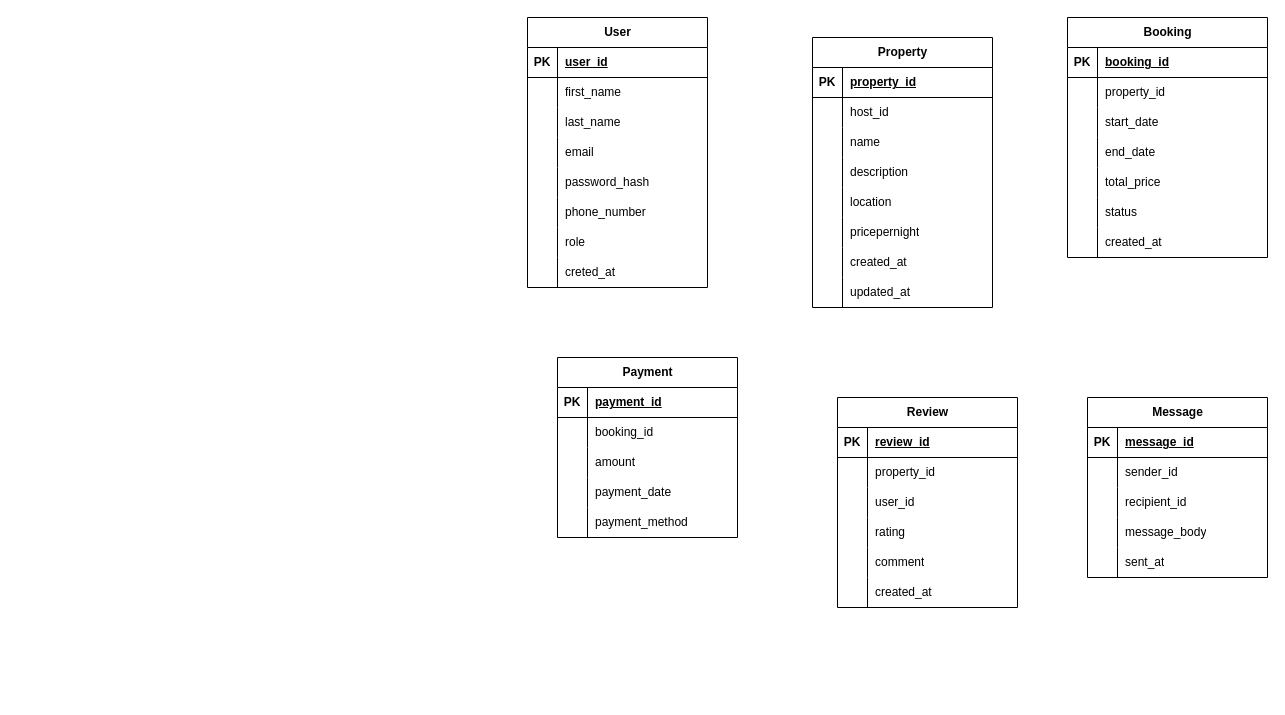
snipher-marube/airbnb-clone-project keeps this draw.io diagram as ERDALX.drawio. Above is the earlier version. Source tidied: cells renumbered, new cells numbered last; positions are measured from the earlier drawing's top-left corner, leaving out a move shared by most shapes. Both pictures are drawn from the tidied source at 100%, with x=0, y=0 at pixel (527, 17).
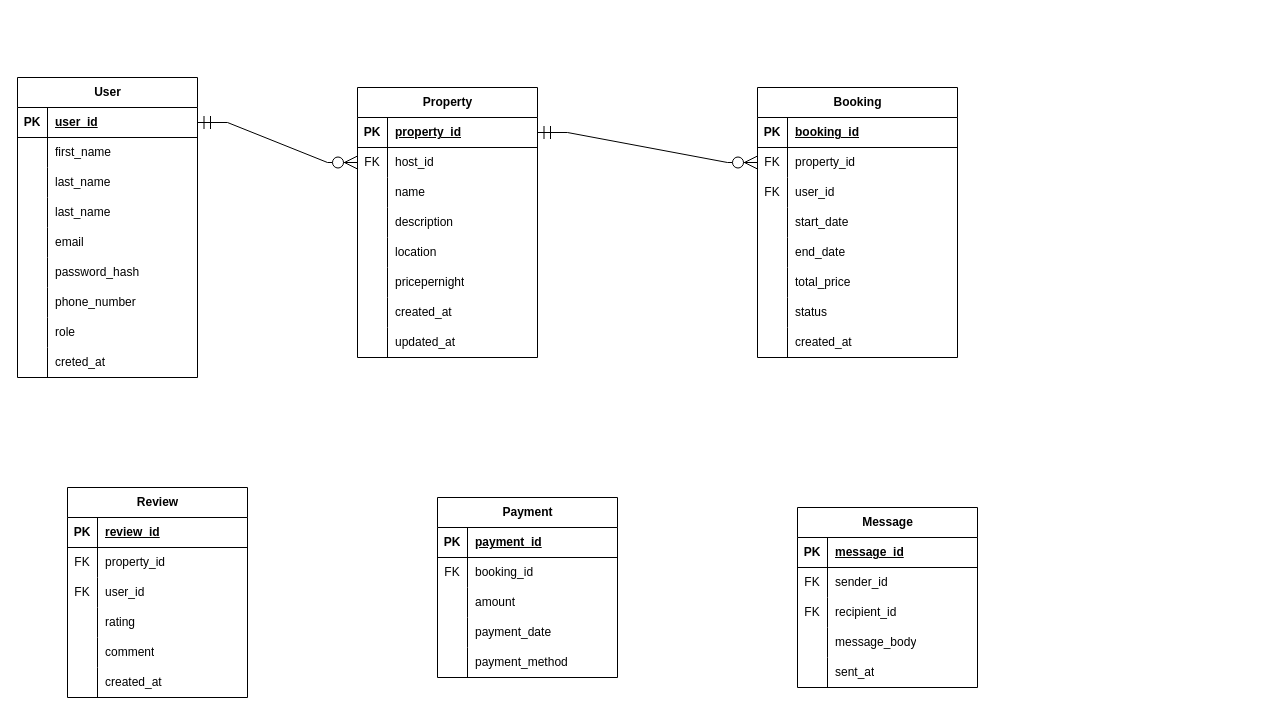
The same page after the edit.

The change refers to these unchanged cells:
```xml
<mxCell id="3" style="shape=tableRow;horizontal=0;startSize=0;swimlaneHead=0;swimlaneBody=0;fillColor=none;points=[[0,0.5],[1,0.5]];portConstraint=eastwest;top=0;left=0;right=0;bottom=1;" parent="2" vertex="1">
  <mxGeometry y="30" width="180" height="30" as="geometry" />
</mxCell>
<mxCell id="28" style="shape=tableRow;horizontal=0;startSize=0;swimlaneHead=0;swimlaneBody=0;fillColor=none;points=[[0,0.5],[1,0.5]];portConstraint=eastwest;top=0;left=0;right=0;bottom=1;" parent="27" vertex="1">
  <mxGeometry y="30" width="180" height="30" as="geometry" />
</mxCell>
<mxCell id="31" style="shape=tableRow;horizontal=0;startSize=0;swimlaneHead=0;swimlaneBody=0;fillColor=none;points=[[0,0.5],[1,0.5]];portConstraint=eastwest;top=0;left=0;right=0;bottom=0;" parent="27" vertex="1">
  <mxGeometry y="60" width="180" height="30" as="geometry" />
</mxCell>
<mxCell id="56" style="shape=tableRow;horizontal=0;startSize=0;swimlaneHead=0;swimlaneBody=0;fillColor=none;points=[[0,0.5],[1,0.5]];portConstraint=eastwest;top=0;left=0;right=0;bottom=0;" parent="52" vertex="1">
  <mxGeometry y="60" width="200" height="30" as="geometry" />
</mxCell>
<mxCell id="59" style="shape=tableRow;horizontal=0;startSize=0;swimlaneHead=0;swimlaneBody=0;fillColor=none;top=0;left=0;right=0;bottom=0;" parent="52" vertex="1">
  <mxGeometry y="90" width="200" height="30" as="geometry" />
</mxCell>
<mxCell id="62" style="shape=tableRow;horizontal=0;startSize=0;swimlaneHead=0;swimlaneBody=0;fillColor=none;top=0;left=0;right=0;bottom=0;" parent="52" vertex="1">
  <mxGeometry y="120" width="200" height="30" as="geometry" />
</mxCell>
<mxCell id="65" style="shape=tableRow;horizontal=0;startSize=0;swimlaneHead=0;swimlaneBody=0;fillColor=none;top=0;left=0;right=0;bottom=0;" parent="52" vertex="1">
  <mxGeometry y="150" width="200" height="30" as="geometry" />
</mxCell>
<mxCell id="68" style="shape=tableRow;horizontal=0;startSize=0;swimlaneHead=0;swimlaneBody=0;fillColor=none;top=0;left=0;right=0;bottom=0;" parent="52" vertex="1">
  <mxGeometry y="180" width="200" height="30" as="geometry" />
</mxCell>
<mxCell id="71" style="shape=tableRow;horizontal=0;startSize=0;swimlaneHead=0;swimlaneBody=0;fillColor=none;top=0;left=0;right=0;bottom=0;" parent="52" vertex="1">
  <mxGeometry y="210" width="200" height="30" as="geometry" />
</mxCell>
<mxCell id="78" style="shape=tableRow;horizontal=0;startSize=0;swimlaneHead=0;swimlaneBody=0;fillColor=none;top=0;left=0;right=0;bottom=0;" parent="74" vertex="1">
  <mxGeometry y="60" width="180" height="30" as="geometry" />
</mxCell>
<mxCell id="94" style="shape=tableRow;horizontal=0;startSize=0;swimlaneHead=0;swimlaneBody=0;fillColor=none;top=0;left=0;right=0;bottom=0;" parent="90" vertex="1">
  <mxGeometry y="60" width="180" height="30" as="geometry" />
</mxCell>
<mxCell id="97" style="shape=tableRow;horizontal=0;startSize=0;swimlaneHead=0;swimlaneBody=0;fillColor=none;top=0;left=0;right=0;bottom=0;" parent="90" vertex="1">
  <mxGeometry y="90" width="180" height="30" as="geometry" />
</mxCell>
<mxCell id="113" style="shape=tableRow;horizontal=0;startSize=0;swimlaneHead=0;swimlaneBody=0;fillColor=none;top=0;left=0;right=0;bottom=0;" parent="109" vertex="1">
  <mxGeometry y="60" width="180" height="30" as="geometry" />
</mxCell>
<mxCell id="116" style="shape=tableRow;horizontal=0;startSize=0;swimlaneHead=0;swimlaneBody=0;fillColor=none;top=0;left=0;right=0;bottom=0;" parent="109" vertex="1">
  <mxGeometry y="90" width="180" height="30" as="geometry" />
</mxCell>
```

The edit, as a diff of the source:
```diff
@@
     <mxCell id="2" value="User" style="shape=table;startSize=30;childLayout=tableLayout;rowLines=0;fontStyle=1;align=center;html=1;" parent="1" vertex="1">
-      <mxGeometry width="180" height="270" as="geometry" />
+      <mxGeometry x="-510" y="60" width="180" height="300" as="geometry" />
     </mxCell>
@@
+    <mxCell id="125" style="shape=tableRow;horizontal=0;startSize=0;swimlaneHead=0;swimlaneBody=0;fillColor=none;top=0;left=0;right=0;bottom=0;" parent="2" vertex="1">
+      <mxGeometry y="120" width="180" height="30" as="geometry" />
+    </mxCell>
+    <mxCell id="126" style="shape=partialRectangle;fillColor=none;top=0;left=0;bottom=0;right=0;overflow=hidden;whiteSpace=wrap;html=1;" parent="125" vertex="1">
+      <mxGeometry width="30" height="30" as="geometry" />
+    </mxCell>
+    <mxCell id="127" value="last_name" style="shape=partialRectangle;fillColor=none;top=0;left=0;bottom=0;right=0;align=left;spacingLeft=6;overflow=hidden;whiteSpace=wrap;html=1;" parent="125" vertex="1">
+      <mxGeometry x="30" width="150" height="30" as="geometry" />
+    </mxCell>
     <mxCell id="12" style="shape=tableRow;horizontal=0;startSize=0;swimlaneHead=0;swimlaneBody=0;fillColor=none;top=0;left=0;right=0;bottom=0;" parent="2" vertex="1">
-      <mxGeometry y="120" width="180" height="30" as="geometry" />
+      <mxGeometry y="150" width="180" height="30" as="geometry" />
     </mxCell>
@@
     <mxCell id="15" style="shape=tableRow;horizontal=0;startSize=0;swimlaneHead=0;swimlaneBody=0;fillColor=none;top=0;left=0;right=0;bottom=0;" parent="2" vertex="1">
-      <mxGeometry y="150" width="180" height="30" as="geometry" />
+      <mxGeometry y="180" width="180" height="30" as="geometry" />
     </mxCell>
@@
     <mxCell id="18" style="shape=tableRow;horizontal=0;startSize=0;swimlaneHead=0;swimlaneBody=0;fillColor=none;top=0;left=0;right=0;bottom=0;" parent="2" vertex="1">
-      <mxGeometry y="180" width="180" height="30" as="geometry" />
+      <mxGeometry y="210" width="180" height="30" as="geometry" />
     </mxCell>
@@
     <mxCell id="21" style="shape=tableRow;horizontal=0;startSize=0;swimlaneHead=0;swimlaneBody=0;fillColor=none;top=0;left=0;right=0;bottom=0;" parent="2" vertex="1">
-      <mxGeometry y="210" width="180" height="30" as="geometry" />
+      <mxGeometry y="240" width="180" height="30" as="geometry" />
     </mxCell>
@@
     <mxCell id="24" style="shape=tableRow;horizontal=0;startSize=0;swimlaneHead=0;swimlaneBody=0;fillColor=none;top=0;left=0;right=0;bottom=0;" parent="2" vertex="1">
-      <mxGeometry y="240" width="180" height="30" as="geometry" />
+      <mxGeometry y="270" width="180" height="30" as="geometry" />
     </mxCell>
@@
     <mxCell id="27" value="Property" style="shape=table;startSize=30;childLayout=tableLayout;rowLines=0;fontStyle=1;align=center;html=1;" parent="1" vertex="1">
-      <mxGeometry x="285" y="20" width="180" height="270" as="geometry" />
+      <mxGeometry x="-170" y="70" width="180" height="270" as="geometry" />
     </mxCell>
@@
-    <mxCell id="32" style="shape=partialRectangle;fillColor=none;top=0;left=0;bottom=0;right=0;overflow=hidden;whiteSpace=wrap;html=1;" parent="31" vertex="1">
+    <mxCell id="32" value="FK" style="shape=partialRectangle;fillColor=none;top=0;left=0;bottom=0;right=0;overflow=hidden;whiteSpace=wrap;html=1;" parent="31" vertex="1">
       <mxGeometry width="30" height="30" as="geometry" />
     </mxCell>
@@
     <mxCell id="52" value="Booking" style="shape=table;startSize=30;childLayout=tableLayout;rowLines=0;fontStyle=1;align=center;html=1;" parent="1" vertex="1">
-      <mxGeometry x="540" width="200" height="240" as="geometry" />
+      <mxGeometry x="230" y="70" width="200" height="270" as="geometry" />
     </mxCell>
@@
-    <mxCell id="57" style="shape=partialRectangle;fillColor=none;top=0;left=0;bottom=0;right=0;overflow=hidden;whiteSpace=wrap;html=1;" parent="56" vertex="1">
+    <mxCell id="57" value="FK" style="shape=partialRectangle;fillColor=none;top=0;left=0;bottom=0;right=0;overflow=hidden;whiteSpace=wrap;html=1;" parent="56" vertex="1">
       <mxGeometry width="30" height="30" as="geometry" />
     </mxCell>
@@
-    <mxCell id="60" style="shape=partialRectangle;fillColor=none;top=0;left=0;bottom=0;right=0;overflow=hidden;whiteSpace=wrap;html=1;" parent="59" vertex="1">
+    <mxCell id="60" value="FK" style="shape=partialRectangle;fillColor=none;top=0;left=0;bottom=0;right=0;overflow=hidden;whiteSpace=wrap;html=1;" parent="59" vertex="1">
       <mxGeometry width="30" height="30" as="geometry" />
     </mxCell>
-    <mxCell id="61" value="start_date" style="shape=partialRectangle;fillColor=none;top=0;left=0;bottom=0;right=0;align=left;spacingLeft=6;overflow=hidden;whiteSpace=wrap;html=1;" parent="59" vertex="1">
+    <mxCell id="61" value="user_id" style="shape=partialRectangle;fillColor=none;top=0;left=0;bottom=0;right=0;align=left;spacingLeft=6;overflow=hidden;whiteSpace=wrap;html=1;" parent="59" vertex="1">
       <mxGeometry x="30" width="170" height="30" as="geometry" />
     </mxCell>
@@
-    <mxCell id="64" value="end_date" style="shape=partialRectangle;fillColor=none;top=0;left=0;bottom=0;right=0;align=left;spacingLeft=6;overflow=hidden;whiteSpace=wrap;html=1;" parent="62" vertex="1">
+    <mxCell id="64" value="start_date" style="shape=partialRectangle;fillColor=none;top=0;left=0;bottom=0;right=0;align=left;spacingLeft=6;overflow=hidden;whiteSpace=wrap;html=1;" parent="62" vertex="1">
       <mxGeometry x="30" width="170" height="30" as="geometry" />
     </mxCell>
@@
-    <mxCell id="67" value="total_price" style="shape=partialRectangle;fillColor=none;top=0;left=0;bottom=0;right=0;align=left;spacingLeft=6;overflow=hidden;whiteSpace=wrap;html=1;" parent="65" vertex="1">
+    <mxCell id="67" value="end_date" style="shape=partialRectangle;fillColor=none;top=0;left=0;bottom=0;right=0;align=left;spacingLeft=6;overflow=hidden;whiteSpace=wrap;html=1;" parent="65" vertex="1">
       <mxGeometry x="30" width="170" height="30" as="geometry" />
     </mxCell>
@@
-    <mxCell id="70" value="status" style="shape=partialRectangle;fillColor=none;top=0;left=0;bottom=0;right=0;align=left;spacingLeft=6;overflow=hidden;whiteSpace=wrap;html=1;" parent="68" vertex="1">
+    <mxCell id="70" value="total_price" style="shape=partialRectangle;fillColor=none;top=0;left=0;bottom=0;right=0;align=left;spacingLeft=6;overflow=hidden;whiteSpace=wrap;html=1;" parent="68" vertex="1">
       <mxGeometry x="30" width="170" height="30" as="geometry" />
     </mxCell>
@@
-    <mxCell id="73" value="created_at" style="shape=partialRectangle;fillColor=none;top=0;left=0;bottom=0;right=0;align=left;spacingLeft=6;overflow=hidden;whiteSpace=wrap;html=1;" parent="71" vertex="1">
+    <mxCell id="73" value="status" style="shape=partialRectangle;fillColor=none;top=0;left=0;bottom=0;right=0;align=left;spacingLeft=6;overflow=hidden;whiteSpace=wrap;html=1;" parent="71" vertex="1">
       <mxGeometry x="30" width="170" height="30" as="geometry" />
     </mxCell>
+    <mxCell id="128" style="shape=tableRow;horizontal=0;startSize=0;swimlaneHead=0;swimlaneBody=0;fillColor=none;top=0;left=0;right=0;bottom=0;" parent="52" vertex="1">
+      <mxGeometry y="240" width="200" height="30" as="geometry" />
+    </mxCell>
+    <mxCell id="129" style="shape=partialRectangle;fillColor=none;top=0;left=0;bottom=0;right=0;overflow=hidden;whiteSpace=wrap;html=1;" parent="128" vertex="1">
+      <mxGeometry width="30" height="30" as="geometry" />
+    </mxCell>
+    <mxCell id="130" value="created_at" style="shape=partialRectangle;fillColor=none;top=0;left=0;bottom=0;right=0;align=left;spacingLeft=6;overflow=hidden;whiteSpace=wrap;html=1;" parent="128" vertex="1">
+      <mxGeometry x="30" width="170" height="30" as="geometry" />
+    </mxCell>
     <mxCell id="74" value="Payment" style="shape=table;startSize=30;childLayout=tableLayout;rowLines=0;fontStyle=1;align=center;html=1;" parent="1" vertex="1">
-      <mxGeometry x="30" y="340" width="180" height="180" as="geometry" />
+      <mxGeometry x="-90" y="480" width="180" height="180" as="geometry" />
     </mxCell>
@@
-    <mxCell id="79" style="shape=partialRectangle;fillColor=none;top=0;left=0;bottom=0;right=0;overflow=hidden;whiteSpace=wrap;html=1;" parent="78" vertex="1">
+    <mxCell id="79" value="FK" style="shape=partialRectangle;fillColor=none;top=0;left=0;bottom=0;right=0;overflow=hidden;whiteSpace=wrap;html=1;" parent="78" vertex="1">
       <mxGeometry width="30" height="30" as="geometry" />
     </mxCell>
@@
     <mxCell id="90" value="Review" style="shape=table;startSize=30;childLayout=tableLayout;rowLines=0;fontStyle=1;align=center;html=1;" parent="1" vertex="1">
-      <mxGeometry x="310" y="380" width="180" height="210" as="geometry" />
+      <mxGeometry x="-460" y="470" width="180" height="210" as="geometry" />
     </mxCell>
@@
-    <mxCell id="95" style="shape=partialRectangle;fillColor=none;top=0;left=0;bottom=0;right=0;overflow=hidden;whiteSpace=wrap;html=1;" parent="94" vertex="1">
+    <mxCell id="95" value="FK" style="shape=partialRectangle;fillColor=none;top=0;left=0;bottom=0;right=0;overflow=hidden;whiteSpace=wrap;html=1;" parent="94" vertex="1">
       <mxGeometry width="30" height="30" as="geometry" />
     </mxCell>
@@
-    <mxCell id="98" style="shape=partialRectangle;fillColor=none;top=0;left=0;bottom=0;right=0;overflow=hidden;whiteSpace=wrap;html=1;" parent="97" vertex="1">
+    <mxCell id="98" value="FK" style="shape=partialRectangle;fillColor=none;top=0;left=0;bottom=0;right=0;overflow=hidden;whiteSpace=wrap;html=1;" parent="97" vertex="1">
       <mxGeometry width="30" height="30" as="geometry" />
     </mxCell>
@@
     <mxCell id="109" value="Message" style="shape=table;startSize=30;childLayout=tableLayout;rowLines=0;fontStyle=1;align=center;html=1;" parent="1" vertex="1">
-      <mxGeometry x="560" y="380" width="180" height="180" as="geometry" />
+      <mxGeometry x="270" y="490" width="180" height="180" as="geometry" />
     </mxCell>
@@
-    <mxCell id="114" style="shape=partialRectangle;fillColor=none;top=0;left=0;bottom=0;right=0;overflow=hidden;whiteSpace=wrap;html=1;" parent="113" vertex="1">
+    <mxCell id="114" value="FK" style="shape=partialRectangle;fillColor=none;top=0;left=0;bottom=0;right=0;overflow=hidden;whiteSpace=wrap;html=1;" parent="113" vertex="1">
       <mxGeometry width="30" height="30" as="geometry" />
     </mxCell>
@@
-    <mxCell id="117" style="shape=partialRectangle;fillColor=none;top=0;left=0;bottom=0;right=0;overflow=hidden;whiteSpace=wrap;html=1;" parent="116" vertex="1">
+    <mxCell id="117" value="FK" style="shape=partialRectangle;fillColor=none;top=0;left=0;bottom=0;right=0;overflow=hidden;whiteSpace=wrap;html=1;" parent="116" vertex="1">
       <mxGeometry width="30" height="30" as="geometry" />
     </mxCell>
@@
+    <mxCell id="131" style="edgeStyle=entityRelationEdgeStyle;fontSize=12;html=1;endArrow=ERzeroToMany;startArrow=ERmandOne;rounded=0;endSize=11;targetPerimeterSpacing=11;sourcePerimeterSpacing=11;startSize=11;exitX=1;exitY=0.5;exitDx=0;exitDy=0;entryX=0;entryY=0.5;entryDx=0;entryDy=0;" parent="1" edge="1" source="3" target="31">
+      <mxGeometry relative="1" as="geometry" />
+    </mxCell>
+    <mxCell id="132" style="edgeStyle=entityRelationEdgeStyle;fontSize=12;html=1;endArrow=ERzeroToMany;startArrow=ERmandOne;rounded=0;endSize=11;targetPerimeterSpacing=11;sourcePerimeterSpacing=11;startSize=11;exitX=1;exitY=0.5;exitDx=0;exitDy=0;entryX=0;entryY=0.5;entryDx=0;entryDy=0;" parent="1" edge="1" source="28" target="56">
+      <mxGeometry relative="1" as="geometry" />
+    </mxCell>
```
